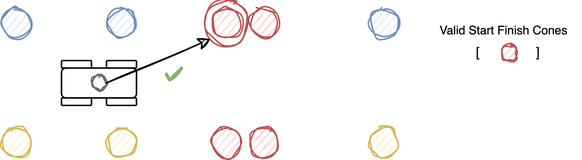
This is img/Path_Planner_Start_Finish_Detector_4.png from Beomar97/path-planning-docs, a draw.io export, as it was before one commit. Source tidied: cells renumbered, new cells last; positions are measured from the earlier drawing's top-left corner, leaving out a move shared by most shapes.
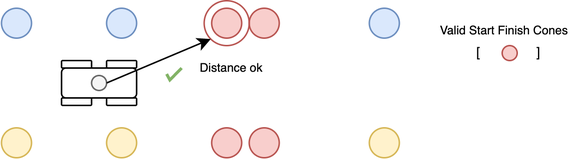
The same file after the commit.

What changed in the source:
```diff
@@ -2,74 +2,77 @@
   <root>
     <mxCell id="0" />
     <mxCell id="1" parent="0" />
-    <mxCell id="2" style="ellipse;whiteSpace=wrap;html=1;sketch=1;fillColor=#dae8fc;strokeColor=#6c8ebf;fontFamily=Helvetica;" parent="1" vertex="1">
+    <mxCell id="2" style="ellipse;whiteSpace=wrap;html=1;sketch=0;fillColor=#dae8fc;strokeColor=#6c8ebf;fontFamily=Helvetica;" parent="1" vertex="1">
       <mxGeometry x="245.5" y="5" width="20" height="20" as="geometry" />
     </mxCell>
-    <mxCell id="3" style="ellipse;whiteSpace=wrap;html=1;sketch=1;fillColor=#fff2cc;strokeColor=#d6b656;fontFamily=Helvetica;" parent="1" vertex="1">
+    <mxCell id="3" style="ellipse;whiteSpace=wrap;html=1;sketch=0;fillColor=#fff2cc;strokeColor=#d6b656;fontFamily=Helvetica;" parent="1" vertex="1">
       <mxGeometry x="245.5" y="85" width="20" height="20" as="geometry" />
     </mxCell>
-    <mxCell id="4" style="ellipse;whiteSpace=wrap;html=1;sketch=1;fillColor=#f8cecc;strokeColor=#b85450;fontFamily=Helvetica;" parent="1" vertex="1">
+    <mxCell id="4" style="ellipse;whiteSpace=wrap;html=1;sketch=0;fillColor=#f8cecc;strokeColor=#b85450;fontFamily=Helvetica;" parent="1" vertex="1">
       <mxGeometry x="165.5" y="5" width="20" height="20" as="geometry" />
     </mxCell>
-    <mxCell id="5" style="ellipse;whiteSpace=wrap;html=1;sketch=1;fillColor=#f8cecc;strokeColor=#b85450;fontFamily=Helvetica;" parent="1" vertex="1">
+    <mxCell id="5" style="ellipse;whiteSpace=wrap;html=1;sketch=0;fillColor=#f8cecc;strokeColor=#b85450;fontFamily=Helvetica;" parent="1" vertex="1">
       <mxGeometry x="165.5" y="85" width="20" height="20" as="geometry" />
     </mxCell>
-    <mxCell id="6" style="ellipse;whiteSpace=wrap;html=1;sketch=1;fillColor=#f8cecc;strokeColor=#b85450;fontFamily=Helvetica;" parent="1" vertex="1">
+    <mxCell id="6" style="ellipse;whiteSpace=wrap;html=1;sketch=0;fillColor=#f8cecc;strokeColor=#b85450;fontFamily=Helvetica;" parent="1" vertex="1">
       <mxGeometry x="140.5" y="5" width="20" height="20" as="geometry" />
     </mxCell>
-    <mxCell id="7" style="ellipse;whiteSpace=wrap;html=1;sketch=1;fillColor=#f8cecc;strokeColor=#b85450;fontFamily=Helvetica;" parent="1" vertex="1">
+    <mxCell id="7" style="ellipse;whiteSpace=wrap;html=1;sketch=0;fillColor=#f8cecc;strokeColor=#b85450;fontFamily=Helvetica;" parent="1" vertex="1">
       <mxGeometry x="140.5" y="85" width="20" height="20" as="geometry" />
     </mxCell>
-    <mxCell id="8" style="ellipse;whiteSpace=wrap;html=1;sketch=1;fillColor=#dae8fc;strokeColor=#6c8ebf;fontFamily=Helvetica;" parent="1" vertex="1">
+    <mxCell id="8" style="ellipse;whiteSpace=wrap;html=1;sketch=0;fillColor=#dae8fc;strokeColor=#6c8ebf;fontFamily=Helvetica;" parent="1" vertex="1">
       <mxGeometry x="70.5" y="5" width="20" height="20" as="geometry" />
     </mxCell>
-    <mxCell id="9" style="ellipse;whiteSpace=wrap;html=1;sketch=1;fillColor=#fff2cc;strokeColor=#d6b656;fontFamily=Helvetica;" parent="1" vertex="1">
+    <mxCell id="9" style="ellipse;whiteSpace=wrap;html=1;sketch=0;fillColor=#fff2cc;strokeColor=#d6b656;fontFamily=Helvetica;" parent="1" vertex="1">
       <mxGeometry x="70.5" y="85" width="20" height="20" as="geometry" />
     </mxCell>
-    <mxCell id="10" style="group;" parent="1" vertex="1">
+    <mxCell id="10" style="group;sketch=0;" parent="1" vertex="1">
       <mxGeometry x="40.5" y="40" width="50" height="30" as="geometry" />
     </mxCell>
-    <mxCell id="11" style="rounded=1;whiteSpace=wrap;html=1;fillColor=none;" parent="10" vertex="1">
+    <mxCell id="11" style="rounded=1;whiteSpace=wrap;html=1;fillColor=none;sketch=0;" parent="10" vertex="1">
       <mxGeometry y="5" width="50" height="20" as="geometry" />
     </mxCell>
-    <mxCell id="12" style="rounded=1;whiteSpace=wrap;html=1;fillColor=none;" parent="10" vertex="1">
+    <mxCell id="12" style="rounded=1;whiteSpace=wrap;html=1;fillColor=none;sketch=0;" parent="10" vertex="1">
       <mxGeometry width="20" height="5" as="geometry" />
     </mxCell>
-    <mxCell id="13" style="rounded=1;whiteSpace=wrap;html=1;fillColor=none;" parent="10" vertex="1">
+    <mxCell id="13" style="rounded=1;whiteSpace=wrap;html=1;fillColor=none;sketch=0;" parent="10" vertex="1">
       <mxGeometry y="25" width="20" height="5" as="geometry" />
     </mxCell>
-    <mxCell id="14" style="rounded=1;whiteSpace=wrap;html=1;fillColor=none;" parent="10" vertex="1">
+    <mxCell id="14" style="rounded=1;whiteSpace=wrap;html=1;fillColor=none;sketch=0;" parent="10" vertex="1">
       <mxGeometry x="30" width="20" height="5" as="geometry" />
     </mxCell>
-    <mxCell id="15" style="rounded=1;whiteSpace=wrap;html=1;fillColor=none;" parent="10" vertex="1">
+    <mxCell id="15" style="rounded=1;whiteSpace=wrap;html=1;fillColor=none;sketch=0;" parent="10" vertex="1">
       <mxGeometry x="30" y="25" width="20" height="5" as="geometry" />
     </mxCell>
-    <mxCell id="16" style="ellipse;whiteSpace=wrap;html=1;sketch=1;fillColor=#f5f5f5;strokeColor=#666666;fontFamily=Helvetica;fontColor=#333333;" parent="10" vertex="1">
+    <mxCell id="16" style="ellipse;whiteSpace=wrap;html=1;sketch=0;fillColor=#f5f5f5;strokeColor=#666666;fontFamily=Helvetica;fontColor=#333333;" parent="10" vertex="1">
       <mxGeometry x="20" y="10" width="10" height="10" as="geometry" />
     </mxCell>
-    <mxCell id="17" style="ellipse;whiteSpace=wrap;html=1;sketch=1;fillColor=#dae8fc;strokeColor=#6c8ebf;fontFamily=Helvetica;" parent="1" vertex="1">
+    <mxCell id="17" style="ellipse;whiteSpace=wrap;html=1;sketch=0;fillColor=#dae8fc;strokeColor=#6c8ebf;fontFamily=Helvetica;" parent="1" vertex="1">
       <mxGeometry x="0.5" y="5" width="20" height="20" as="geometry" />
     </mxCell>
-    <mxCell id="18" style="ellipse;whiteSpace=wrap;html=1;sketch=1;fillColor=#fff2cc;strokeColor=#d6b656;fontFamily=Helvetica;" parent="1" vertex="1">
+    <mxCell id="18" style="ellipse;whiteSpace=wrap;html=1;sketch=0;fillColor=#fff2cc;strokeColor=#d6b656;fontFamily=Helvetica;" parent="1" vertex="1">
       <mxGeometry x="0.5" y="85" width="20" height="20" as="geometry" />
     </mxCell>
-    <mxCell id="19" style="ellipse;whiteSpace=wrap;html=1;sketch=1;fillColor=none;strokeColor=#b85450;fontFamily=Helvetica;" parent="1" vertex="1">
+    <mxCell id="19" style="ellipse;whiteSpace=wrap;html=1;sketch=0;fillColor=none;strokeColor=#b85450;fontFamily=Helvetica;" parent="1" vertex="1">
       <mxGeometry x="135.5" width="30" height="30" as="geometry" />
     </mxCell>
-    <mxCell id="20" style="endArrow=classic;html=1;rounded=0;exitX=1;exitY=0.5;exitDx=0;exitDy=0;entryX=0;entryY=1;entryDx=0;entryDy=0;sketch=1;" parent="1" edge="1" source="16" target="19">
+    <mxCell id="20" style="endArrow=classic;html=1;rounded=0;exitX=1;exitY=0.5;exitDx=0;exitDy=0;entryX=0;entryY=1;entryDx=0;entryDy=0;sketch=0;" parent="1" edge="1" source="16" target="19">
       <mxGeometry relative="1" as="geometry" />
     </mxCell>
-    <mxCell id="21" style="ellipse;whiteSpace=wrap;html=1;sketch=1;fillColor=#f8cecc;strokeColor=#b85450;fontFamily=Helvetica;" parent="1" vertex="1">
+    <mxCell id="21" style="ellipse;whiteSpace=wrap;html=1;sketch=0;fillColor=#f8cecc;strokeColor=#b85450;fontFamily=Helvetica;" parent="1" vertex="1">
       <mxGeometry x="334" y="30" width="10" height="10" as="geometry" />
     </mxCell>
-    <mxCell id="22" value="Valid Start Finish Cones" style="text;html=1;strokeColor=none;fillColor=none;align=left;verticalAlign=middle;whiteSpace=wrap;rounded=0;fontFamily=Helvetica;fontSize=8;" parent="1" vertex="1">
+    <mxCell id="22" value="Valid Start Finish Cones" style="text;html=1;strokeColor=none;fillColor=none;align=left;verticalAlign=middle;whiteSpace=wrap;rounded=0;fontFamily=Helvetica;fontSize=8;sketch=0;" parent="1" vertex="1">
       <mxGeometry x="290.5" y="15" width="97" height="10" as="geometry" />
     </mxCell>
-    <mxCell id="23" value="[&amp;nbsp; &amp;nbsp; &amp;nbsp; &amp;nbsp; &amp;nbsp; &amp;nbsp; &amp;nbsp; &amp;nbsp;]" style="text;html=1;strokeColor=none;fillColor=none;align=center;verticalAlign=middle;whiteSpace=wrap;rounded=0;fontFamily=Helvetica;fontSize=9;" parent="1" vertex="1">
+    <mxCell id="23" value="[&amp;nbsp; &amp;nbsp; &amp;nbsp; &amp;nbsp; &amp;nbsp; &amp;nbsp; &amp;nbsp; &amp;nbsp;]" style="text;html=1;strokeColor=none;fillColor=none;align=center;verticalAlign=middle;whiteSpace=wrap;rounded=0;fontFamily=Helvetica;fontSize=9;sketch=0;" parent="1" vertex="1">
       <mxGeometry x="307.4" y="30" width="63.1" height="10" as="geometry" />
     </mxCell>
-    <mxCell id="24" style="html=1;verticalLabelPosition=bottom;labelBackgroundColor=#ffffff;verticalAlign=top;shadow=0;dashed=0;strokeWidth=2;shape=mxgraph.ios7.misc.check;strokeColor=#82b366;sketch=1;fontFamily=Comic Sans MS;fillColor=#d5e8d4;" parent="1" vertex="1">
+    <mxCell id="24" style="html=1;verticalLabelPosition=bottom;labelBackgroundColor=#ffffff;verticalAlign=top;shadow=0;dashed=0;strokeWidth=2;shape=mxgraph.ios7.misc.check;strokeColor=#82b366;sketch=0;fontFamily=Comic Sans MS;fillColor=#d5e8d4;" parent="1" vertex="1">
       <mxGeometry x="110.5" y="45" width="10" height="8" as="geometry" />
     </mxCell>
+    <mxCell id="25" value="Distance ok" style="text;html=1;strokeColor=none;fillColor=none;align=left;verticalAlign=middle;whiteSpace=wrap;rounded=0;fontFamily=Helvetica;fontSize=8;sketch=0;" parent="1" vertex="1">
+      <mxGeometry x="131.2" y="40" width="68.5" height="10" as="geometry" />
+    </mxCell>
   </root>
 </mxGraphModel>
```
